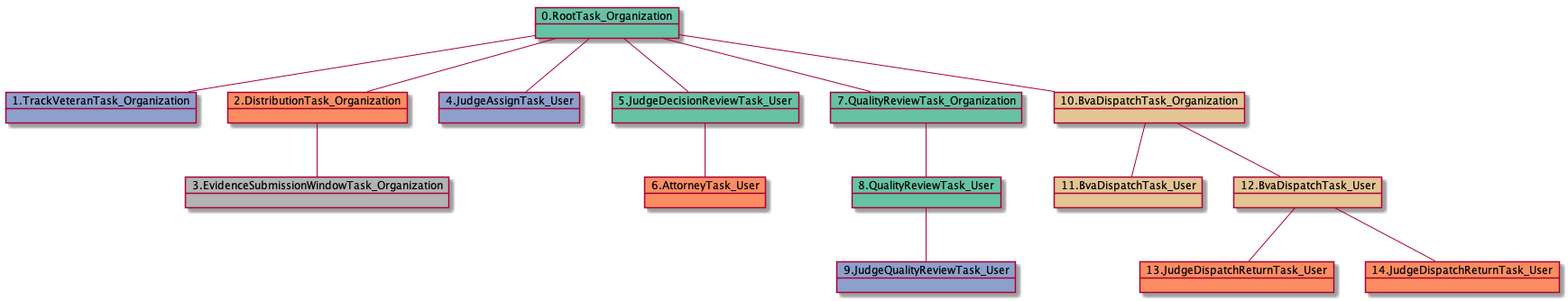
The PlantUML diagram docs-ES/uml/RTO.TVTO.DTO.ESWTO.JATU.JDRTU.ATU-15411.png in yoomlam/graphing, before a commit. Source of this version:
```plantuml
@startuml
object 0.RootTask_Organization #66c2a5
object 1.TrackVeteranTask_Organization #8da0cb
object 2.DistributionTask_Organization #fc8d62
object 3.EvidenceSubmissionWindowTask_Organization #b3b3b3
object 4.JudgeAssignTask_User #8da0cb
object 5.JudgeDecisionReviewTask_User #66c2a5
object 6.AttorneyTask_User #fc8d62
object 7.QualityReviewTask_Organization #66c2a5
object 8.QualityReviewTask_User #66c2a5
object 9.JudgeQualityReviewTask_User #8da0cb
object 10.BvaDispatchTask_Organization #e5c494
object 11.BvaDispatchTask_User #e5c494
object 12.BvaDispatchTask_User #e5c494
object 13.JudgeDispatchReturnTask_User #fc8d62
object 14.JudgeDispatchReturnTask_User #fc8d62
0.RootTask_Organization -- 1.TrackVeteranTask_Organization
0.RootTask_Organization -- 2.DistributionTask_Organization
2.DistributionTask_Organization -- 3.EvidenceSubmissionWindowTask_Organization
0.RootTask_Organization -- 4.JudgeAssignTask_User
0.RootTask_Organization -- 5.JudgeDecisionReviewTask_User
5.JudgeDecisionReviewTask_User -- 6.AttorneyTask_User
0.RootTask_Organization -- 7.QualityReviewTask_Organization
7.QualityReviewTask_Organization -- 8.QualityReviewTask_User
8.QualityReviewTask_User -- 9.JudgeQualityReviewTask_User
0.RootTask_Organization -- 10.BvaDispatchTask_Organization
10.BvaDispatchTask_Organization -- 11.BvaDispatchTask_User
10.BvaDispatchTask_Organization -- 12.BvaDispatchTask_User
12.BvaDispatchTask_User -- 13.JudgeDispatchReturnTask_User
12.BvaDispatchTask_User -- 14.JudgeDispatchReturnTask_User
@enduml
```
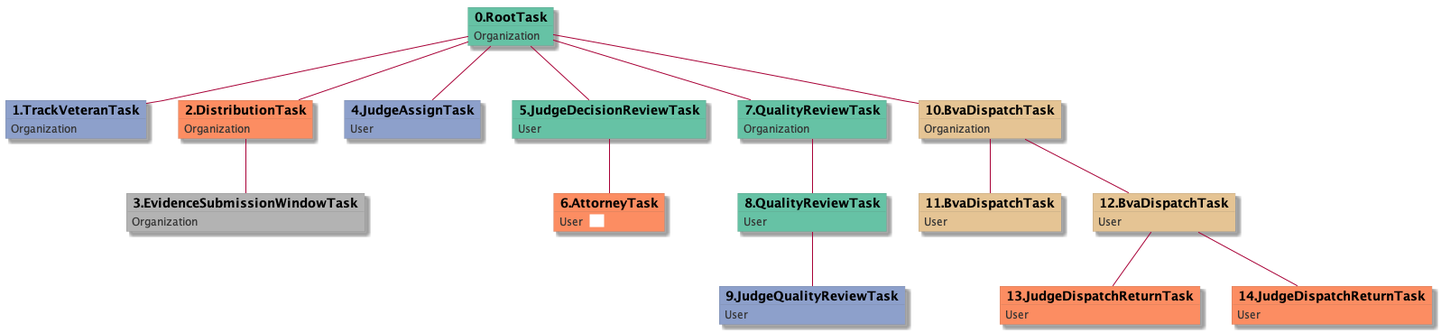
Above is the later version.

What changed in the source:
```diff
@@ -1,31 +1,69 @@
 @startuml
-object 0.RootTask_Organization #66c2a5
-object 1.TrackVeteranTask_Organization #8da0cb
-object 2.DistributionTask_Organization #fc8d62
-object 3.EvidenceSubmissionWindowTask_Organization #b3b3b3
-object 4.JudgeAssignTask_User #8da0cb
-object 5.JudgeDecisionReviewTask_User #66c2a5
-object 6.AttorneyTask_User #fc8d62
-object 7.QualityReviewTask_Organization #66c2a5
-object 8.QualityReviewTask_User #66c2a5
-object 9.JudgeQualityReviewTask_User #8da0cb
-object 10.BvaDispatchTask_Organization #e5c494
-object 11.BvaDispatchTask_User #e5c494
-object 12.BvaDispatchTask_User #e5c494
-object 13.JudgeDispatchReturnTask_User #fc8d62
-object 14.JudgeDispatchReturnTask_User #fc8d62
-0.RootTask_Organization -- 1.TrackVeteranTask_Organization
-0.RootTask_Organization -- 2.DistributionTask_Organization
-2.DistributionTask_Organization -- 3.EvidenceSubmissionWindowTask_Organization
-0.RootTask_Organization -- 4.JudgeAssignTask_User
-0.RootTask_Organization -- 5.JudgeDecisionReviewTask_User
-5.JudgeDecisionReviewTask_User -- 6.AttorneyTask_User
-0.RootTask_Organization -- 7.QualityReviewTask_Organization
-7.QualityReviewTask_Organization -- 8.QualityReviewTask_User
-8.QualityReviewTask_User -- 9.JudgeQualityReviewTask_User
-0.RootTask_Organization -- 10.BvaDispatchTask_Organization
-10.BvaDispatchTask_Organization -- 11.BvaDispatchTask_User
-10.BvaDispatchTask_Organization -- 12.BvaDispatchTask_User
-12.BvaDispatchTask_User -- 13.JudgeDispatchReturnTask_User
-12.BvaDispatchTask_User -- 14.JudgeDispatchReturnTask_User
+skinparam {
+  ObjectBorderColor #555
+  ObjectBorderThickness 0
+  ObjectFontStyle bold
+  ObjectFontSize 14
+  ObjectAttributeFontColor #333
+  ObjectAttributeFontSize 12
+}
+  object 0.RootTask #66c2a5 {
+Organization
+}
+  object 1.TrackVeteranTask #8da0cb {
+Organization
+}
+  object 2.DistributionTask #fc8d62 {
+Organization
+}
+  object 3.EvidenceSubmissionWindowTask #b3b3b3 {
+Organization
+}
+  object 4.JudgeAssignTask #8da0cb {
+User
+}
+  object 5.JudgeDecisionReviewTask #66c2a5 {
+User
+}
+  object 6.AttorneyTask #fc8d62 {
+User  <back:white>    </back>
+}
+  object 7.QualityReviewTask #66c2a5 {
+Organization
+}
+  object 8.QualityReviewTask #66c2a5 {
+User
+}
+  object 9.JudgeQualityReviewTask #8da0cb {
+User
+}
+  object 10.BvaDispatchTask #e5c494 {
+Organization
+}
+  object 11.BvaDispatchTask #e5c494 {
+User
+}
+  object 12.BvaDispatchTask #e5c494 {
+User
+}
+  object 13.JudgeDispatchReturnTask #fc8d62 {
+User
+}
+  object 14.JudgeDispatchReturnTask #fc8d62 {
+User
+}
+0.RootTask -- 1.TrackVeteranTask
+0.RootTask -- 2.DistributionTask
+2.DistributionTask -- 3.EvidenceSubmissionWindowTask
+0.RootTask -- 4.JudgeAssignTask
+0.RootTask -- 5.JudgeDecisionReviewTask
+5.JudgeDecisionReviewTask -- 6.AttorneyTask
+0.RootTask -- 7.QualityReviewTask
+7.QualityReviewTask -- 8.QualityReviewTask
+8.QualityReviewTask -- 9.JudgeQualityReviewTask
+0.RootTask -- 10.BvaDispatchTask
+10.BvaDispatchTask -- 11.BvaDispatchTask
+10.BvaDispatchTask -- 12.BvaDispatchTask
+12.BvaDispatchTask -- 13.JudgeDispatchReturnTask
+12.BvaDispatchTask -- 14.JudgeDispatchReturnTask
 @enduml
```
